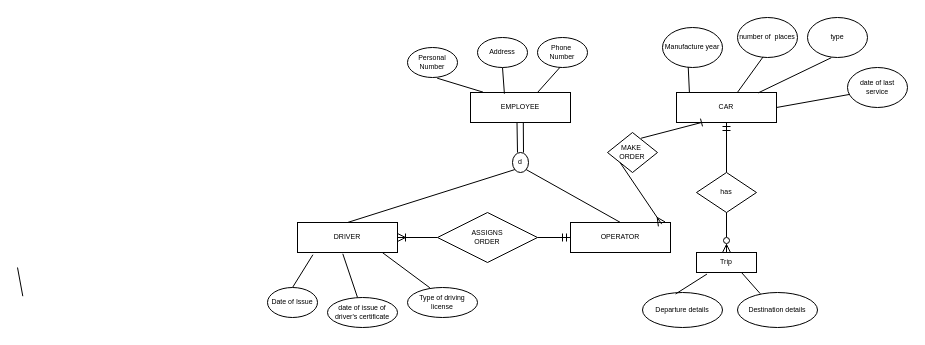
This is page "Q2-CHEN" (4 of 9) of DBDESIGN-ASS1.drawio from nurezzajeslin/week3, a draw.io file, before an edit. Source tidied: cells renumbered, new cells numbered last; positions are measured from the earlier drawing's top-left corner, leaving out a move shared by most shapes. Both pictures are drawn from the tidied source at 100%, with x=0, y=0 at pixel (17, 17).
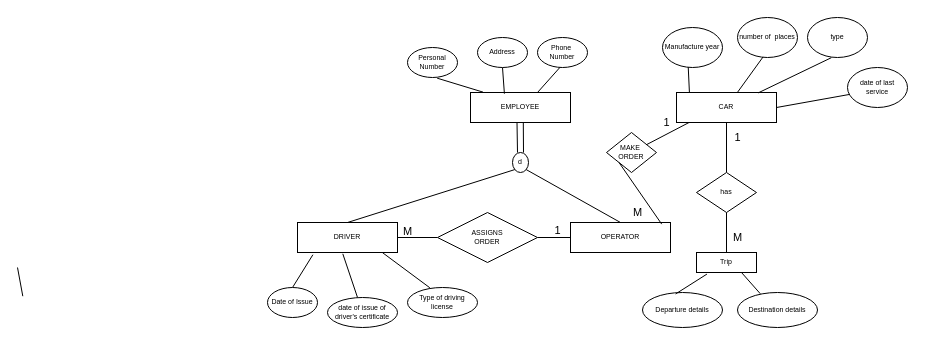
The same diagram, later.

Unchanged cells that the change refers to:
```xml
<mxCell id="3" value="DRIVER" style="whiteSpace=wrap;html=1;align=center;fontSize=7;strokeWidth=1;" parent="1" vertex="1">
  <mxGeometry x="280" y="205" width="100" height="30" as="geometry" />
</mxCell>
<mxCell id="4" value="OPERATOR" style="whiteSpace=wrap;html=1;align=center;fontSize=7;strokeWidth=1;" parent="1" vertex="1">
  <mxGeometry x="553" y="205" width="100" height="30" as="geometry" />
</mxCell>
<mxCell id="10" value="CAR" style="whiteSpace=wrap;html=1;align=center;fontSize=7;strokeWidth=1;" parent="1" vertex="1">
  <mxGeometry x="659" y="75" width="100" height="30" as="geometry" />
</mxCell>
<mxCell id="21" value="ASSIGNS&lt;br style=&quot;font-size: 7px;&quot;&gt;ORDER" style="shape=rhombus;perimeter=rhombusPerimeter;whiteSpace=wrap;html=1;align=center;fontSize=7;strokeWidth=1;" parent="1" vertex="1">
  <mxGeometry x="420" y="195" width="100" height="50" as="geometry" />
</mxCell>
<mxCell id="39" value="has" style="shape=rhombus;perimeter=rhombusPerimeter;whiteSpace=wrap;html=1;align=center;fontSize=7;strokeWidth=1;" parent="1" vertex="1">
  <mxGeometry x="679" y="155" width="60" height="40" as="geometry" />
</mxCell>
<mxCell id="44" value="Trip" style="whiteSpace=wrap;html=1;align=center;fontSize=7;strokeWidth=1;" parent="1" vertex="1">
  <mxGeometry x="679" y="235" width="60" height="20" as="geometry" />
</mxCell>
```

Diff of the diagram source:
```diff
@@
-    <mxCell id="19" style="edgeStyle=orthogonalEdgeStyle;rounded=0;jettySize=auto;html=1;fontSize=7;startArrow=none;startFill=0;endArrow=ERoneToMany;endFill=0;" parent="1" edge="1" source="21" target="3">
+    <mxCell id="19" style="edgeStyle=orthogonalEdgeStyle;rounded=0;jettySize=auto;html=1;fontSize=7;startArrow=none;startFill=0;endArrow=none;endFill=0;" parent="1" edge="1" source="21" target="3">
       <mxGeometry relative="1" as="geometry" />
     </mxCell>
-    <mxCell id="20" style="edgeStyle=orthogonalEdgeStyle;rounded=0;jettySize=auto;html=1;fontSize=7;startArrow=none;startFill=0;endArrow=ERmandOne;endFill=0;" parent="1" edge="1" source="21" target="4">
+    <mxCell id="20" style="edgeStyle=orthogonalEdgeStyle;rounded=0;jettySize=auto;html=1;fontSize=7;startArrow=none;startFill=0;endArrow=none;endFill=0;" parent="1" edge="1" source="21" target="4">
       <mxGeometry relative="1" as="geometry" />
     </mxCell>
@@
     <mxCell id="35" value="MAKE&amp;nbsp;&lt;br&gt;ORDER" style="shape=rhombus;perimeter=rhombusPerimeter;whiteSpace=wrap;html=1;align=center;fontSize=7;strokeWidth=1;" parent="1" vertex="1">
-      <mxGeometry x="590" y="115" width="50" height="40" as="geometry" />
+      <mxGeometry x="589" y="115" width="50" height="40" as="geometry" />
     </mxCell>
-    <mxCell id="36" style="endArrow=baseDash;html=1;rounded=0;fontSize=7;entryX=0.25;entryY=1;entryDx=0;entryDy=0;exitX=0.672;exitY=0.143;exitDx=0;exitDy=0;exitPerimeter=0;endFill=0;" parent="1" edge="1" source="35" target="10">
-      <mxGeometry relative="1" as="geometry" />
-    </mxCell>
-    <mxCell id="37" style="endArrow=none;html=1;rounded=0;fontSize=7;entryX=0;entryY=1;entryDx=0;entryDy=0;exitX=0.912;exitY=0.054;exitDx=0;exitDy=0;startArrow=ERmany;startFill=0;exitPerimeter=0;" parent="1" edge="1" source="4" target="35">
+    <mxCell id="37" style="endArrow=none;html=1;rounded=0;fontSize=7;entryX=0;entryY=1;entryDx=0;entryDy=0;exitX=0.912;exitY=0.054;exitDx=0;exitDy=0;startArrow=none;startFill=0;exitPerimeter=0;" parent="1" edge="1" source="4" target="35">
       <mxGeometry relative="1" as="geometry" />
     </mxCell>
-    <mxCell id="38" style="edgeStyle=orthogonalEdgeStyle;rounded=0;jettySize=auto;html=1;fontSize=7;startArrow=none;startFill=0;endArrow=ERmandOne;endFill=0;" parent="1" edge="1" source="39" target="10">
+    <mxCell id="38" style="edgeStyle=orthogonalEdgeStyle;rounded=0;jettySize=auto;html=1;fontSize=7;startArrow=none;startFill=0;endArrow=none;endFill=0;" parent="1" edge="1" source="39" target="10">
       <mxGeometry relative="1" as="geometry" />
     </mxCell>
@@
-    <mxCell id="43" style="edgeStyle=orthogonalEdgeStyle;rounded=0;jettySize=auto;html=1;fontSize=7;startArrow=ERzeroToMany;startFill=0;endArrow=none;endFill=0;exitX=0.5;exitY=0;exitDx=0;exitDy=0;entryX=0.5;entryY=1;entryDx=0;entryDy=0;" parent="1" edge="1" source="44" target="39">
+    <mxCell id="43" style="edgeStyle=orthogonalEdgeStyle;rounded=0;jettySize=auto;html=1;fontSize=7;startArrow=none;startFill=0;endArrow=none;endFill=0;exitX=0.5;exitY=0;exitDx=0;exitDy=0;entryX=0.5;entryY=1;entryDx=0;entryDy=0;" parent="1" edge="1" source="44" target="39">
       <mxGeometry relative="1" as="geometry" />
     </mxCell>
@@
+    <mxCell id="46" value="1" style="text;html=1;align=center;verticalAlign=middle;strokeColor=none;fillColor=none;fontSize=11;" parent="1" vertex="1">
+      <mxGeometry x="530" y="203" width="20" height="20" as="geometry" />
+    </mxCell>
+    <mxCell id="47" value="M" style="text;html=1;align=center;verticalAlign=middle;strokeColor=none;fillColor=none;fontSize=11;" parent="1" vertex="1">
+      <mxGeometry x="380" y="204" width="20" height="20" as="geometry" />
+    </mxCell>
+    <mxCell id="36" style="endArrow=none;html=1;rounded=0;fontSize=11;entryX=0.125;entryY=1.001;entryDx=0;entryDy=0;entryPerimeter=0;" parent="1" edge="1" source="35" target="10">
+      <mxGeometry relative="1" as="geometry" />
+    </mxCell>
+    <mxCell id="48" value="1" style="text;html=1;align=center;verticalAlign=middle;strokeColor=none;fillColor=none;fontSize=11;" parent="1" vertex="1">
+      <mxGeometry x="639" y="95" width="20" height="20" as="geometry" />
+    </mxCell>
+    <mxCell id="49" value="M" style="text;html=1;align=center;verticalAlign=middle;strokeColor=none;fillColor=none;fontSize=11;" parent="1" vertex="1">
+      <mxGeometry x="610" y="185" width="20" height="20" as="geometry" />
+    </mxCell>
+    <mxCell id="50" value="1" style="text;html=1;align=center;verticalAlign=middle;strokeColor=none;fillColor=none;fontSize=11;" parent="1" vertex="1">
+      <mxGeometry x="710" y="110" width="20" height="20" as="geometry" />
+    </mxCell>
+    <mxCell id="51" value="M" style="text;html=1;align=center;verticalAlign=middle;strokeColor=none;fillColor=none;fontSize=11;" parent="1" vertex="1">
+      <mxGeometry x="710" y="210" width="20" height="20" as="geometry" />
+    </mxCell>
```
